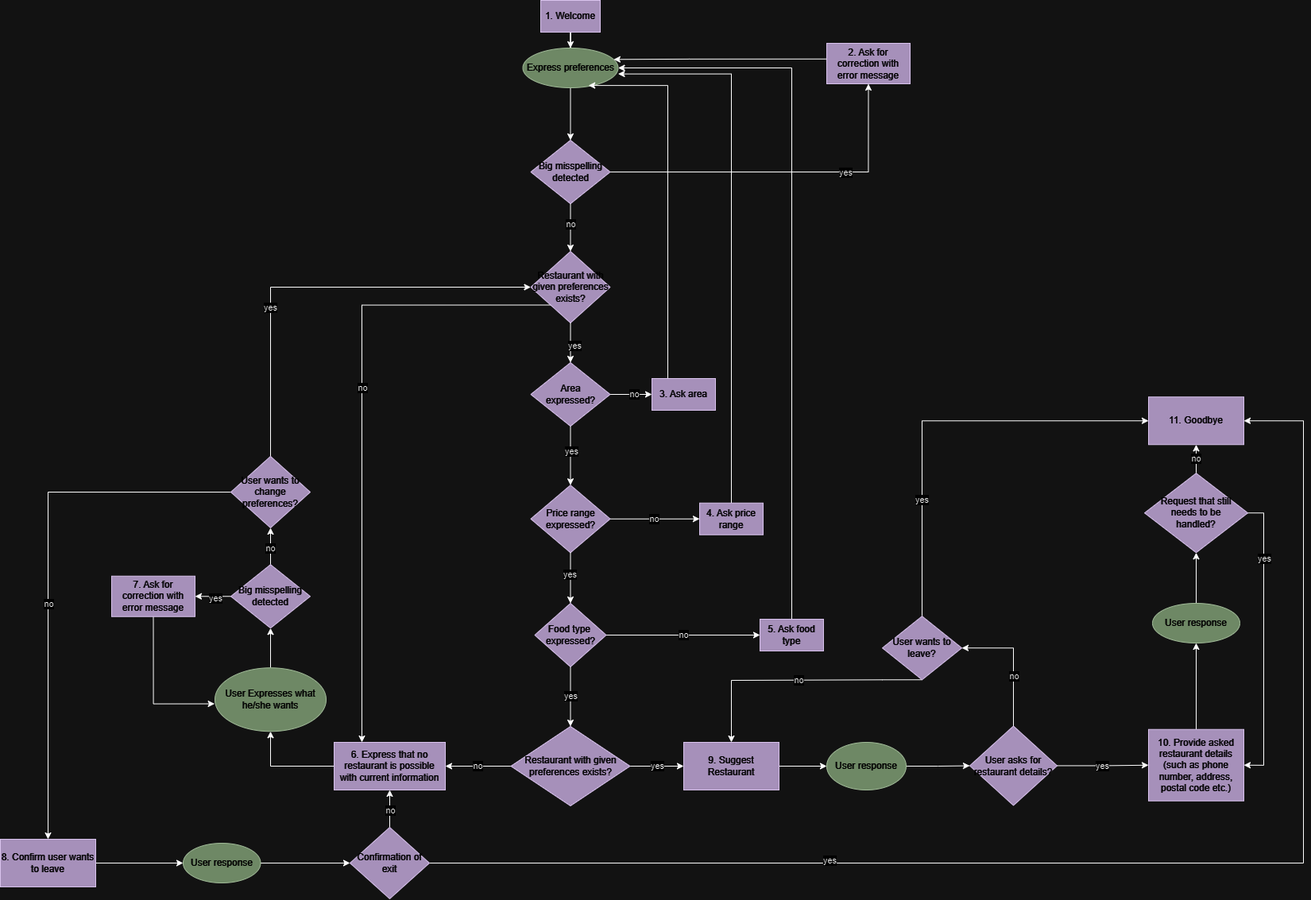
Above: TeamProject/Part1-SystemImplementation/Part1b-DialogManagement/Part1b_MAIR_Final.drawio.png in nstavr04/MAIR-30 (draw.io), before the change. Source tidied: cells renumbered, new cells last; positions are measured from the earlier drawing's top-left corner, leaving out a move shared by most shapes.
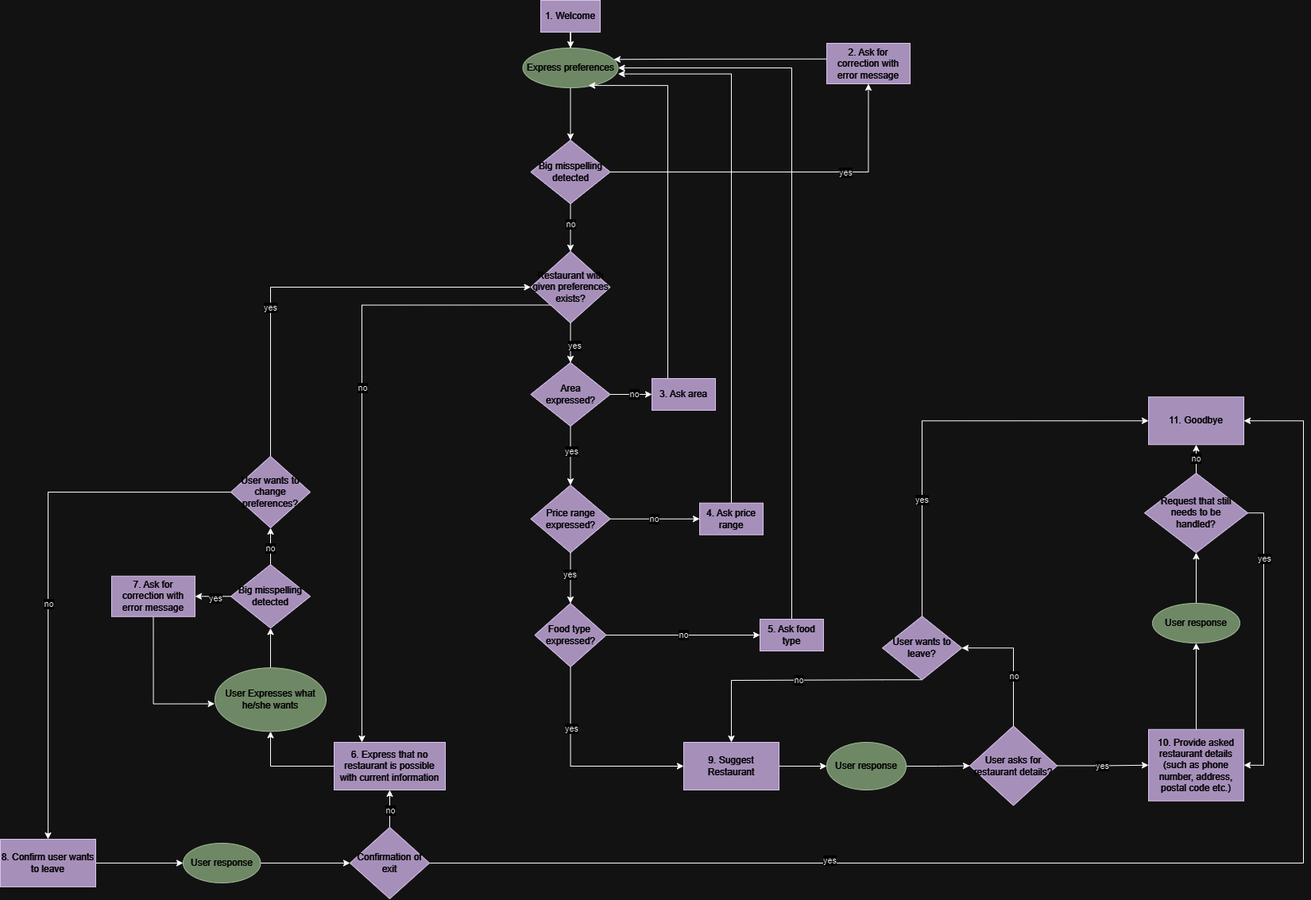
Later version of the same file.

Commit message:
changed state diagrams, added some code as well

Diff of the diagram source:
```diff
@@ -46,9 +46,12 @@
     <mxCell id="15" value="no" style="edgeStyle=orthogonalEdgeStyle;rounded=0;jettySize=auto;html=1;" parent="1" edge="1" source="17" target="23">
       <mxGeometry relative="1" as="geometry" />
     </mxCell>
-    <mxCell id="16" value="yes" style="edgeStyle=orthogonalEdgeStyle;rounded=0;jettySize=auto;html=1;entryX=0.5;entryY=0;entryDx=0;entryDy=0;" parent="1" edge="1" source="17" target="28">
-      <mxGeometry relative="1" as="geometry" />
-    </mxCell>
+    <mxCell id="87" style="edgeStyle=orthogonalEdgeStyle;rounded=0;jettySize=auto;html=1;exitX=0.5;exitY=1;exitDx=0;exitDy=0;entryX=0;entryY=0.5;entryDx=0;entryDy=0;" parent="1" edge="1" source="17" target="5">
+      <mxGeometry relative="1" as="geometry" />
+    </mxCell>
+    <mxCell id="88" value="yes" style="edgeLabel;html=1;align=center;verticalAlign=middle;" parent="87" vertex="1">
+      <mxGeometry x="-0.42" y="1" relative="1" as="geometry" />
+    </mxCell>
     <mxCell id="17" value="Food type&amp;nbsp;&lt;br&gt;expressed?" style="rhombus;whiteSpace=wrap;html=1;fillColor=#76608a;fontColor=#ffffff;strokeColor=#432D57;" parent="1" vertex="1">
       <mxGeometry x="672.5" y="759" width="90" height="80" as="geometry" />
     </mxCell>
@@ -80,15 +83,6 @@
     <mxCell id="25" value="User response" style="ellipse;whiteSpace=wrap;html=1;fillColor=#6d8764;fontColor=#ffffff;strokeColor=#3A5431;" parent="1" vertex="1">
       <mxGeometry x="1040" y="934" width="100" height="60" as="geometry" />
     </mxCell>
-    <mxCell id="26" value="yes" style="edgeStyle=orthogonalEdgeStyle;rounded=0;jettySize=auto;html=1;" parent="1" edge="1" source="28" target="5">
-      <mxGeometry relative="1" as="geometry" />
-    </mxCell>
-    <mxCell id="27" value="no" style="edgeStyle=orthogonalEdgeStyle;rounded=0;jettySize=auto;html=1;entryX=1;entryY=0.5;entryDx=0;entryDy=0;" parent="1" edge="1" source="28" target="34">
-      <mxGeometry relative="1" as="geometry" />
-    </mxCell>
-    <mxCell id="28" value="Restaurant with given preferences exists?" style="rhombus;whiteSpace=wrap;html=1;fillColor=#76608a;fontColor=#ffffff;strokeColor=#432D57;" parent="1" vertex="1">
-      <mxGeometry x="642.5" y="914" width="150" height="100" as="geometry" />
-    </mxCell>
     <mxCell id="29" value="yes" style="edgeStyle=orthogonalEdgeStyle;rounded=0;jettySize=auto;html=1;entryX=0;entryY=0.5;entryDx=0;entryDy=0;" parent="1" edge="1" source="32" target="39">
       <mxGeometry relative="1" as="geometry" />
     </mxCell>
```
